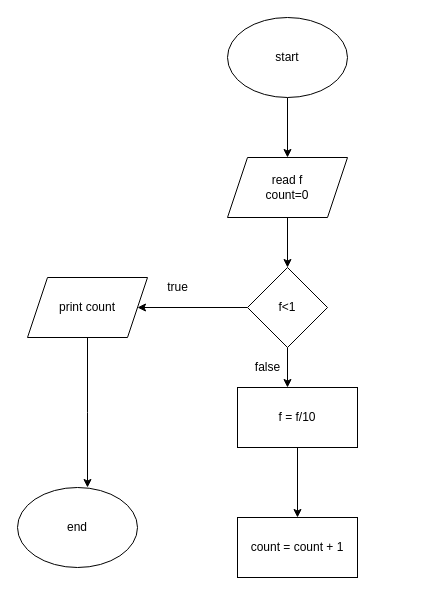
Above: Ədədin mərtəbələrinin sayı Diagram.drawio in Rufatsb/first (draw.io), before the change. Source tidied: cells renumbered, new cells numbered last; positions are measured from the earlier drawing's top-left corner, leaving out a move shared by most shapes. Both pictures are drawn from the tidied source at 100%, with x=0, y=0 at pixel (17, 17).
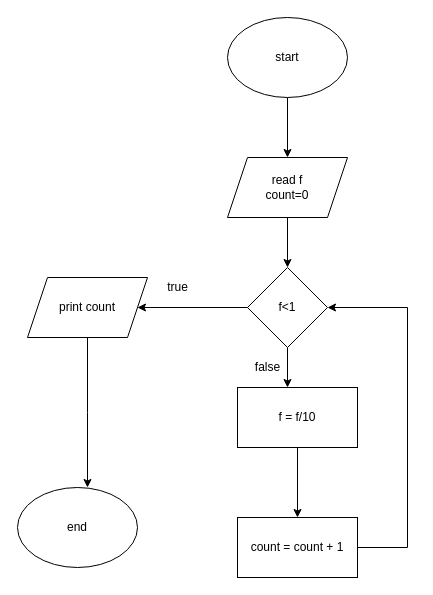
The same page after the edit.

The change refers to these unchanged cells:
```xml
<mxCell id="12" value="count = count + 1" style="rounded=0;whiteSpace=wrap;html=1;" parent="1" vertex="1">
  <mxGeometry x="220" y="500" width="120" height="60" as="geometry" />
</mxCell>
```

Change to the diagram source:
```diff
@@
+    <mxCell id="17" style="edgeStyle=orthogonalEdgeStyle;rounded=0;jettySize=auto;html=1;exitX=1;exitY=0.5;exitDx=0;exitDy=0;" parent="1" edge="1" source="12">
+      <mxGeometry relative="1" as="geometry">
+        <mxPoint x="310" y="290" as="targetPoint" />
+        <Array as="points">
+          <mxPoint x="390" y="530" />
+        </Array>
+      </mxGeometry>
+    </mxCell>
```
